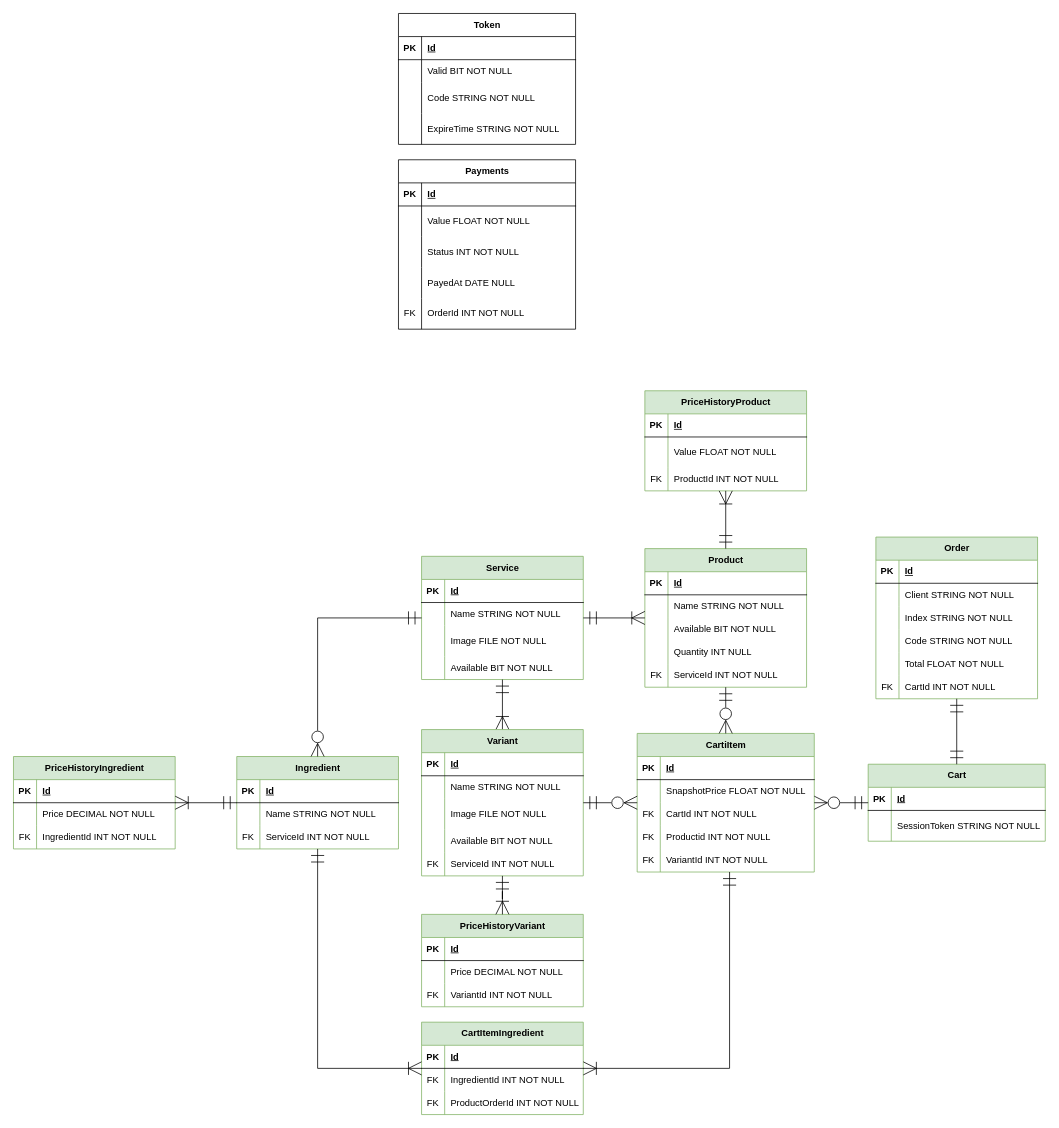
CrCardd/Kiosk keeps this draw.io diagram as Kiosk/Kiosk.Project/DatabaseModel.drawio. Above is the earlier version. Source tidied: cells renumbered, new cells numbered last; positions are measured from the earlier drawing's top-left corner, leaving out a move shared by most shapes. Both pictures are drawn from the tidied source at 77%, with x=0, y=0 at pixel (13, 13).
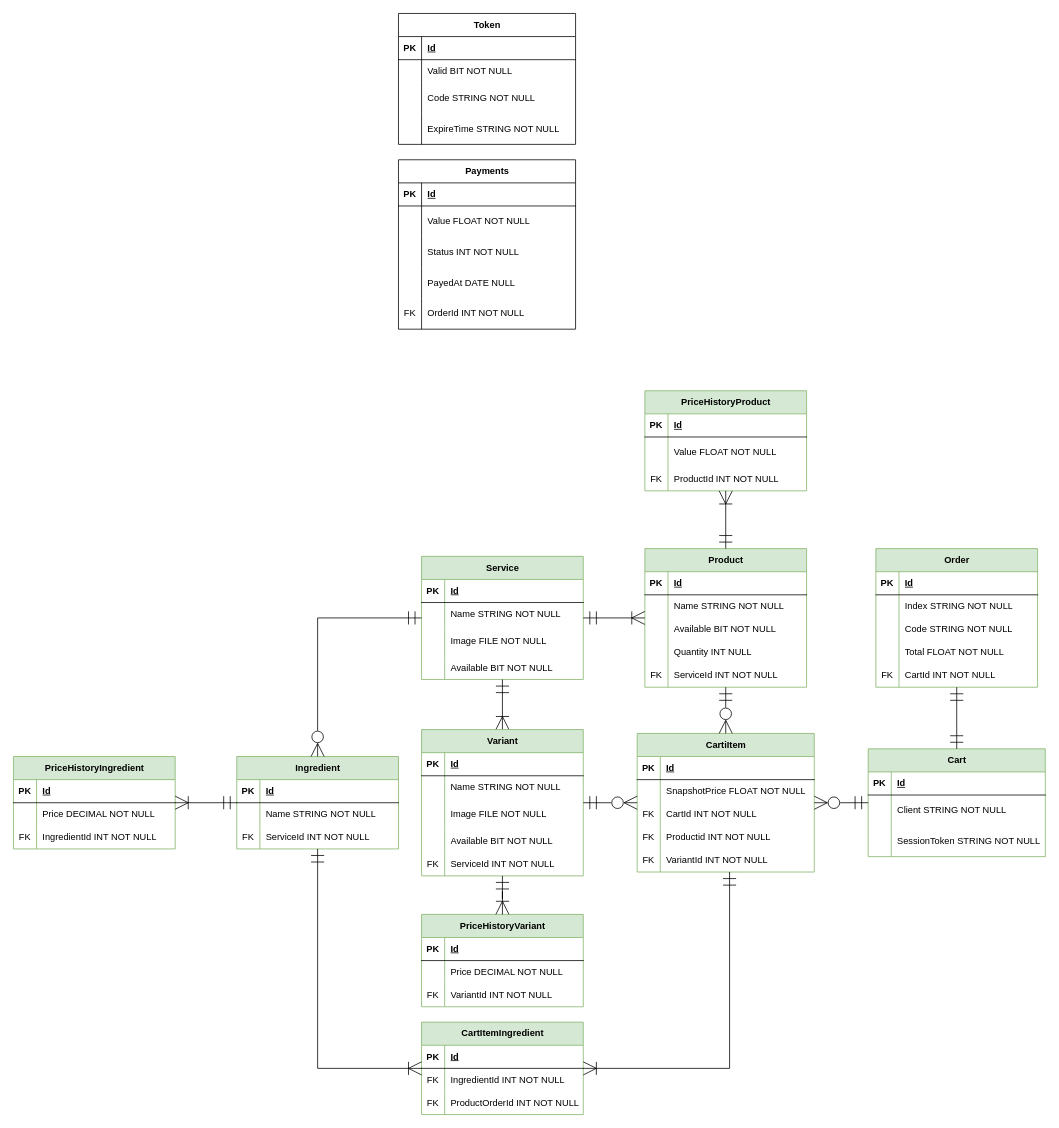
Above is the later version.

The change refers to these unchanged cells:
```xml
<mxCell id="153" style="shape=tableRow;horizontal=0;startSize=0;swimlaneHead=0;swimlaneBody=0;fillColor=none;top=0;left=0;right=0;bottom=0;" parent="149" vertex="1">
  <mxGeometry y="60" width="230" height="40" as="geometry" />
</mxCell>
```

The edit, as a diff of the source:
```diff
@@
     <mxCell id="57" value="Order" style="shape=table;startSize=30;childLayout=tableLayout;rowLines=0;fontStyle=1;align=center;html=1;fillColor=#d5e8d4;strokeColor=#82b366;" parent="1" vertex="1">
-      <mxGeometry x="1120" y="680" width="210" height="210" as="geometry" />
+      <mxGeometry x="1120" y="695" width="210" height="180" as="geometry" />
     </mxCell>
@@
-    <mxCell id="61" style="shape=tableRow;horizontal=0;startSize=0;swimlaneHead=0;swimlaneBody=0;fillColor=none;top=0;left=0;right=0;bottom=0;" parent="57" vertex="1">
-      <mxGeometry y="60" width="210" height="30" as="geometry" />
-    </mxCell>
-    <mxCell id="62" style="shape=partialRectangle;fillColor=none;top=0;left=0;bottom=0;right=0;overflow=hidden;whiteSpace=wrap;html=1;" parent="61" vertex="1">
-      <mxGeometry width="30" height="30" as="geometry" />
-    </mxCell>
-    <mxCell id="63" value="Client STRING NOT NULL" style="shape=partialRectangle;fillColor=none;top=0;left=0;bottom=0;right=0;align=left;spacingLeft=6;overflow=hidden;whiteSpace=wrap;html=1;" parent="61" vertex="1">
-      <mxGeometry x="30" width="180" height="30" as="geometry" />
-    </mxCell>
     <mxCell id="64" style="shape=tableRow;horizontal=0;startSize=0;swimlaneHead=0;swimlaneBody=0;fillColor=none;top=0;left=0;right=0;bottom=0;" parent="57" vertex="1">
-      <mxGeometry y="90" width="210" height="30" as="geometry" />
+      <mxGeometry y="60" width="210" height="30" as="geometry" />
     </mxCell>
@@
     <mxCell id="67" style="shape=tableRow;horizontal=0;startSize=0;swimlaneHead=0;swimlaneBody=0;fillColor=none;top=0;left=0;right=0;bottom=0;" parent="57" vertex="1">
-      <mxGeometry y="120" width="210" height="30" as="geometry" />
+      <mxGeometry y="90" width="210" height="30" as="geometry" />
     </mxCell>
@@
     <mxCell id="70" style="shape=tableRow;horizontal=0;startSize=0;swimlaneHead=0;swimlaneBody=0;fillColor=none;top=0;left=0;right=0;bottom=0;" parent="57" vertex="1">
-      <mxGeometry y="150" width="210" height="30" as="geometry" />
+      <mxGeometry y="120" width="210" height="30" as="geometry" />
     </mxCell>
@@
     <mxCell id="73" style="shape=tableRow;horizontal=0;startSize=0;swimlaneHead=0;swimlaneBody=0;fillColor=none;top=0;left=0;right=0;bottom=0;" parent="57" vertex="1">
-      <mxGeometry y="180" width="210" height="30" as="geometry" />
+      <mxGeometry y="150" width="210" height="30" as="geometry" />
     </mxCell>
@@
     <mxCell id="149" value="Cart" style="shape=table;startSize=30;childLayout=tableLayout;rowLines=0;fontStyle=1;align=center;html=1;fillColor=#d5e8d4;strokeColor=#82b366;" parent="1" vertex="1">
-      <mxGeometry x="1110" y="975" width="230" height="100" as="geometry" />
+      <mxGeometry x="1110" y="955" width="230" height="140" as="geometry" />
     </mxCell>
@@
-    <mxCell id="155" value="SessionToken STRING NOT NULL" style="shape=partialRectangle;fillColor=none;top=0;left=0;bottom=0;right=0;align=left;spacingLeft=6;overflow=hidden;whiteSpace=wrap;html=1;" parent="153" vertex="1">
+    <mxCell id="155" value="Client STRING NOT NULL" style="shape=partialRectangle;fillColor=none;top=0;left=0;bottom=0;right=0;align=left;spacingLeft=6;overflow=hidden;whiteSpace=wrap;html=1;" parent="153" vertex="1">
       <mxGeometry x="30" width="200" height="40" as="geometry" />
     </mxCell>
+    <mxCell id="180" style="shape=tableRow;horizontal=0;startSize=0;swimlaneHead=0;swimlaneBody=0;fillColor=none;top=0;left=0;right=0;bottom=0;" parent="149" vertex="1">
+      <mxGeometry y="100" width="230" height="40" as="geometry" />
+    </mxCell>
+    <mxCell id="181" style="shape=partialRectangle;fillColor=none;top=0;left=0;bottom=0;right=0;overflow=hidden;whiteSpace=wrap;html=1;" parent="180" vertex="1">
+      <mxGeometry width="30" height="40" as="geometry" />
+    </mxCell>
+    <mxCell id="182" value="SessionToken STRING NOT NULL" style="shape=partialRectangle;fillColor=none;top=0;left=0;bottom=0;right=0;align=left;spacingLeft=6;overflow=hidden;whiteSpace=wrap;html=1;" parent="180" vertex="1">
+      <mxGeometry x="30" width="200" height="40" as="geometry" />
+    </mxCell>
```
